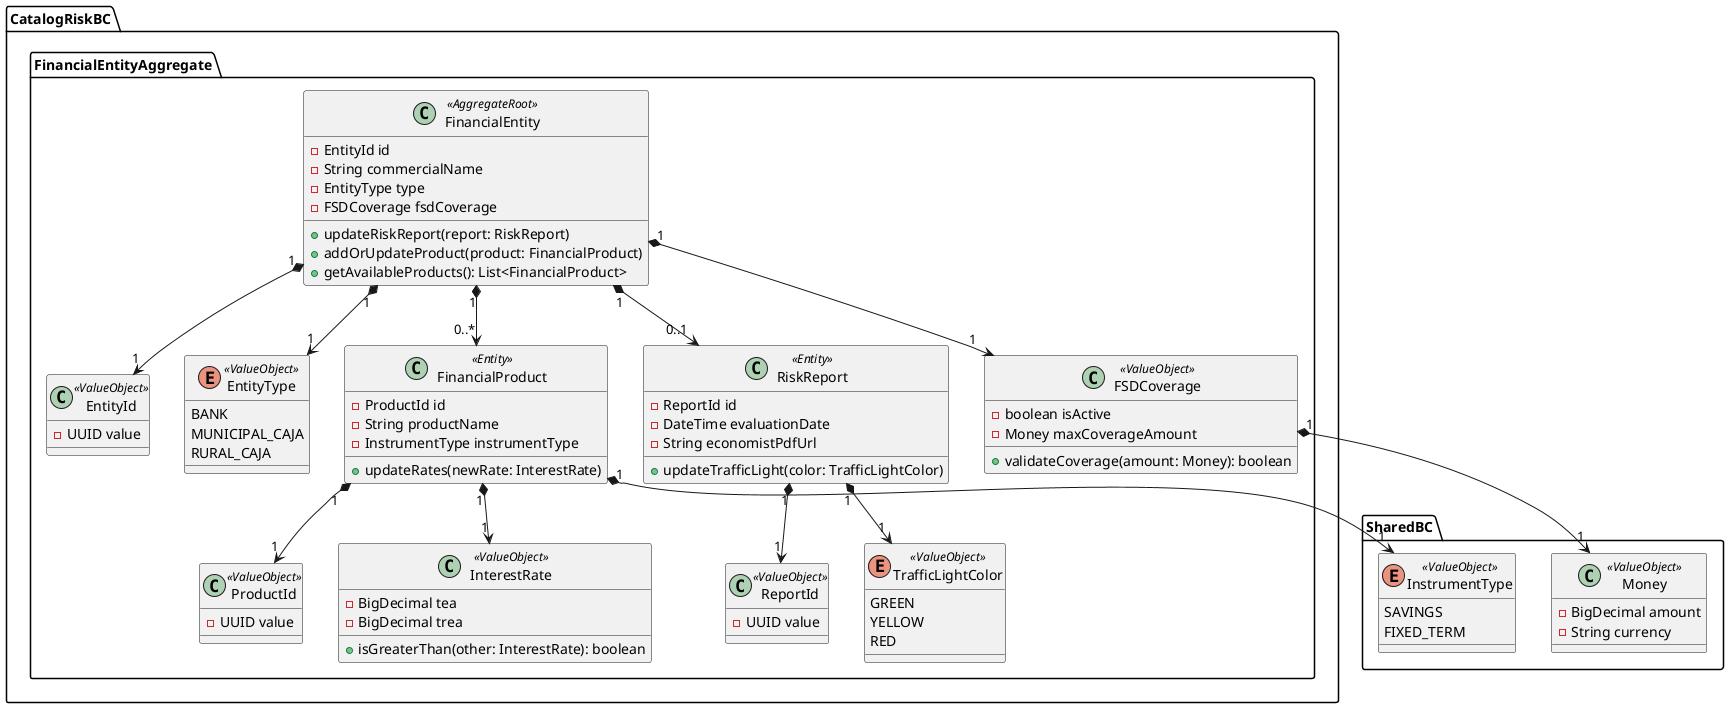
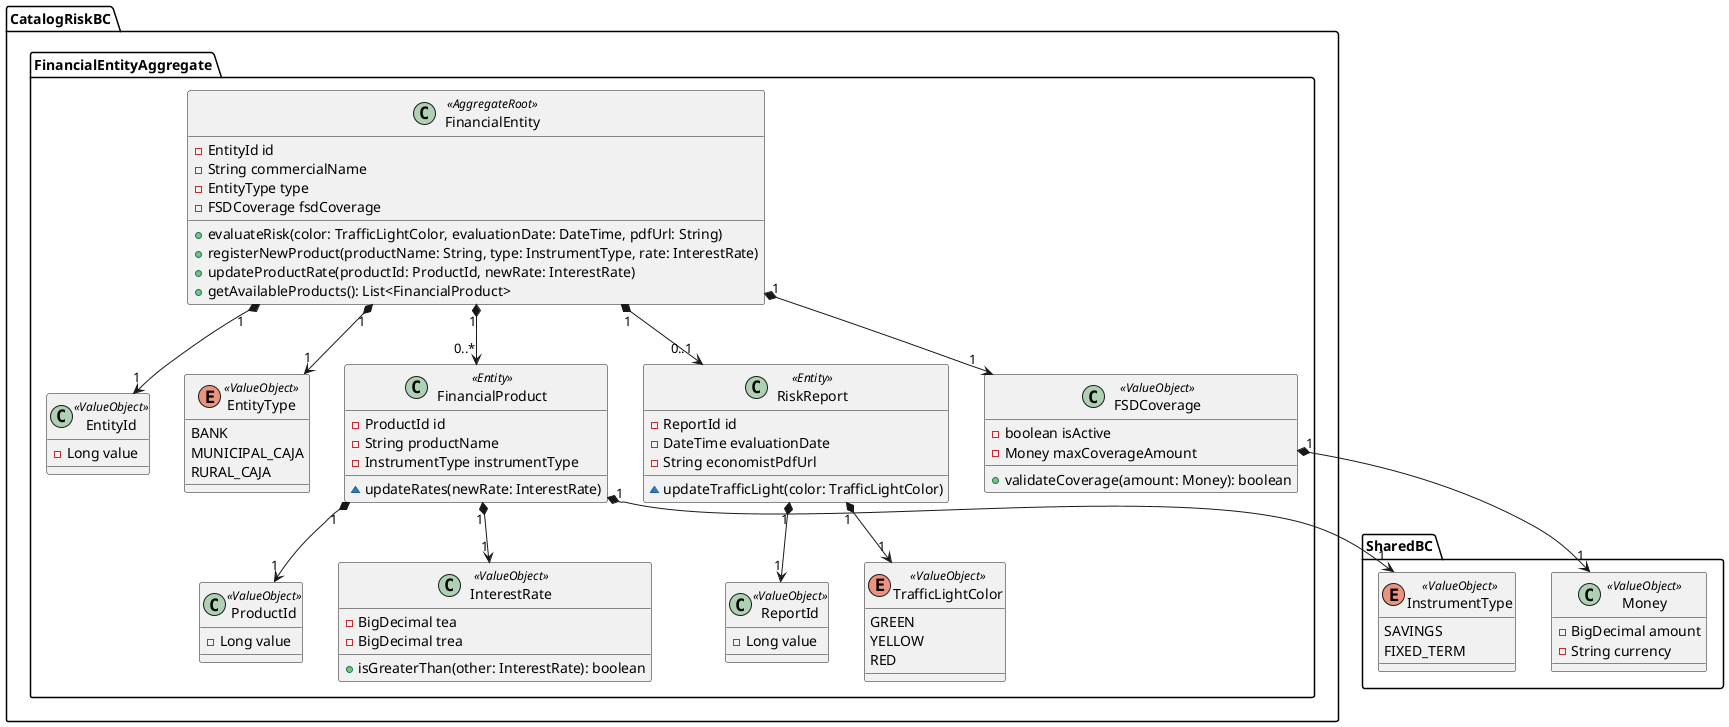
@startuml "Class Diagram - Catálogo y Riesgo Financiero"

package CatalogRiskBC {

    package FinancialEntityAggregate {
        class FinancialEntity <<AggregateRoot>> {
            - EntityId id
            - String commercialName
            - EntityType type
            - FSDCoverage fsdCoverage
-             + updateRiskReport(report: RiskReport)
-             + addOrUpdateProduct(product: FinancialProduct)
+             ' Métodos de comportamiento (El AR orquesta todo)
+             + evaluateRisk(color: TrafficLightColor, evaluationDate: DateTime, pdfUrl: String)
+             + registerNewProduct(productName: String, type: InstrumentType, rate: InterestRate)
+             + updateProductRate(productId: ProductId, newRate: InterestRate)
            + getAvailableProducts(): List<FinancialProduct>
        }

        class EntityId <<ValueObject>> {
-             - UUID value
+             - Long value
        }

        enum EntityType <<ValueObject>> {
            BANK
            MUNICIPAL_CAJA
            RURAL_CAJA
        }

        class FSDCoverage <<ValueObject>> {
            - boolean isActive
            - Money maxCoverageAmount
            + validateCoverage(amount: Money): boolean
        }

        class FinancialProduct <<Entity>> {
            - ProductId id
            - String productName
            - InstrumentType instrumentType
-             + updateRates(newRate: InterestRate)
+             ' Solo accesible a través del AR
+             ~ updateRates(newRate: InterestRate)
        }

        class ProductId <<ValueObject>> {
-             - UUID value
+             - Long value
        }

        class InterestRate <<ValueObject>> {
            - BigDecimal tea
            - BigDecimal trea
            + isGreaterThan(other: InterestRate): boolean
        }

        class RiskReport <<Entity>> {
            - ReportId id
            - DateTime evaluationDate
            - String economistPdfUrl
-             + updateTrafficLight(color: TrafficLightColor)
+             ' Solo accesible a través del AR
+             ~ updateTrafficLight(color: TrafficLightColor)
        }

        class ReportId <<ValueObject>> {
-             - UUID value
+             - Long value
        }

        enum TrafficLightColor <<ValueObject>> {
            GREEN
            YELLOW
            RED
        }
    }
}

package SharedBC {
    class Money <<ValueObject>> {
        - BigDecimal amount
        - String currency
    }
    enum InstrumentType <<ValueObject>> {
        SAVINGS
        FIXED_TERM
    }
}

- ' Relaciones estructurales del Agregado FinancialEntity[cite: 7]
+ ' Relaciones estructurales del Agregado FinancialEntity
FinancialEntity "1" *--> "1" EntityId
FinancialEntity "1" *--> "1" EntityType
FinancialEntity "1" *--> "1" FSDCoverage

- ' Relaciones de contención hacia otras entidades internas[cite: 7]
+ ' Relaciones de contención hacia otras entidades internas
FinancialEntity "1" *--> "0..1" RiskReport
FinancialEntity "1" *--> "0..*" FinancialProduct

- ' Composición del FinancialProduct[cite: 7]
+ ' Composición del FinancialProduct
FinancialProduct "1" *--> "1" ProductId
FinancialProduct "1" *--> "1" InterestRate
FinancialProduct "1" *--> "1" InstrumentType

- ' Composición del RiskReport[cite: 7]
+ ' Composición del RiskReport
RiskReport "1" *--> "1" ReportId
RiskReport "1" *--> "1" TrafficLightColor

- ' Relación con el Shared Kernel[cite: 7]
+ ' Relación con el Shared Kernel
FSDCoverage "1" *--> "1" Money

@enduml